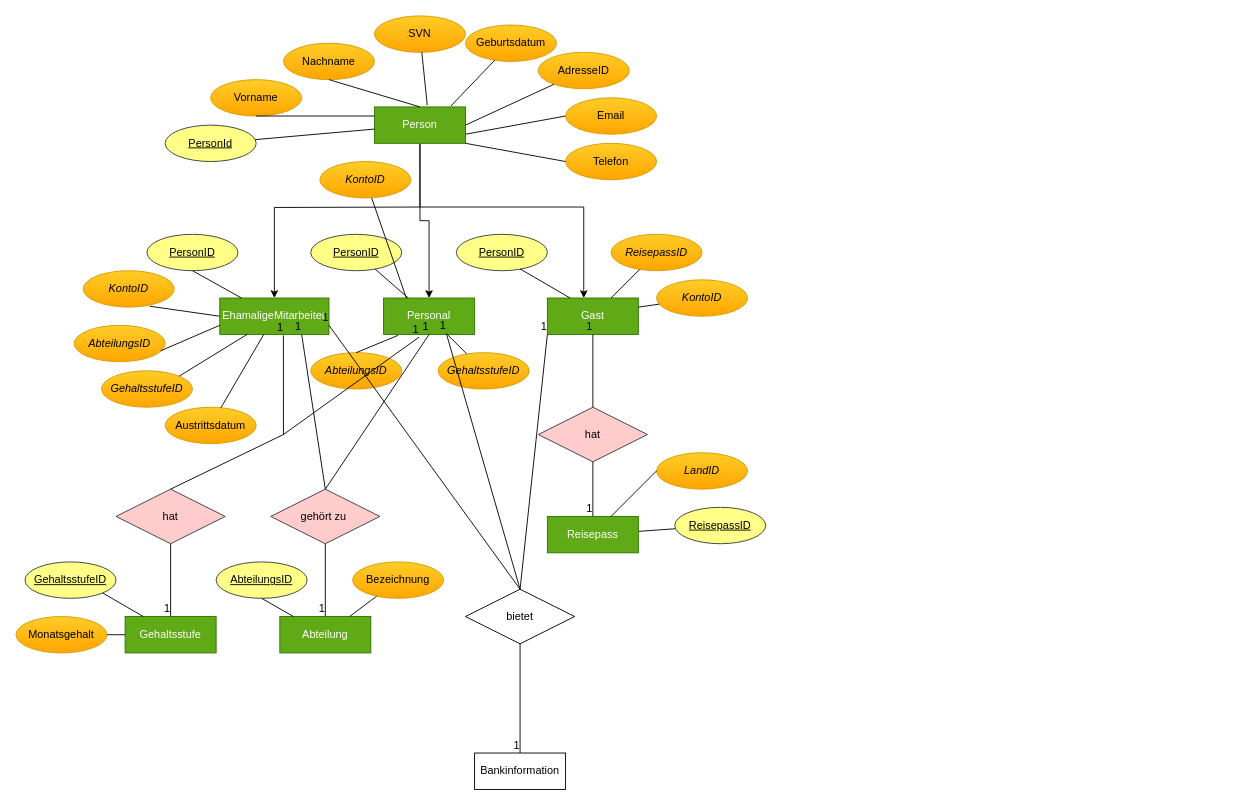
Above: Untitled Diagram.drawio in IvoOtero24/HotelAdministration (draw.io), before the change. Source tidied: cells renumbered, new cells numbered last; positions are measured from the earlier drawing's top-left corner, leaving out a move shared by most shapes. Both pictures are drawn from the tidied source at 91%, with x=0, y=0 at pixel (15, 15).
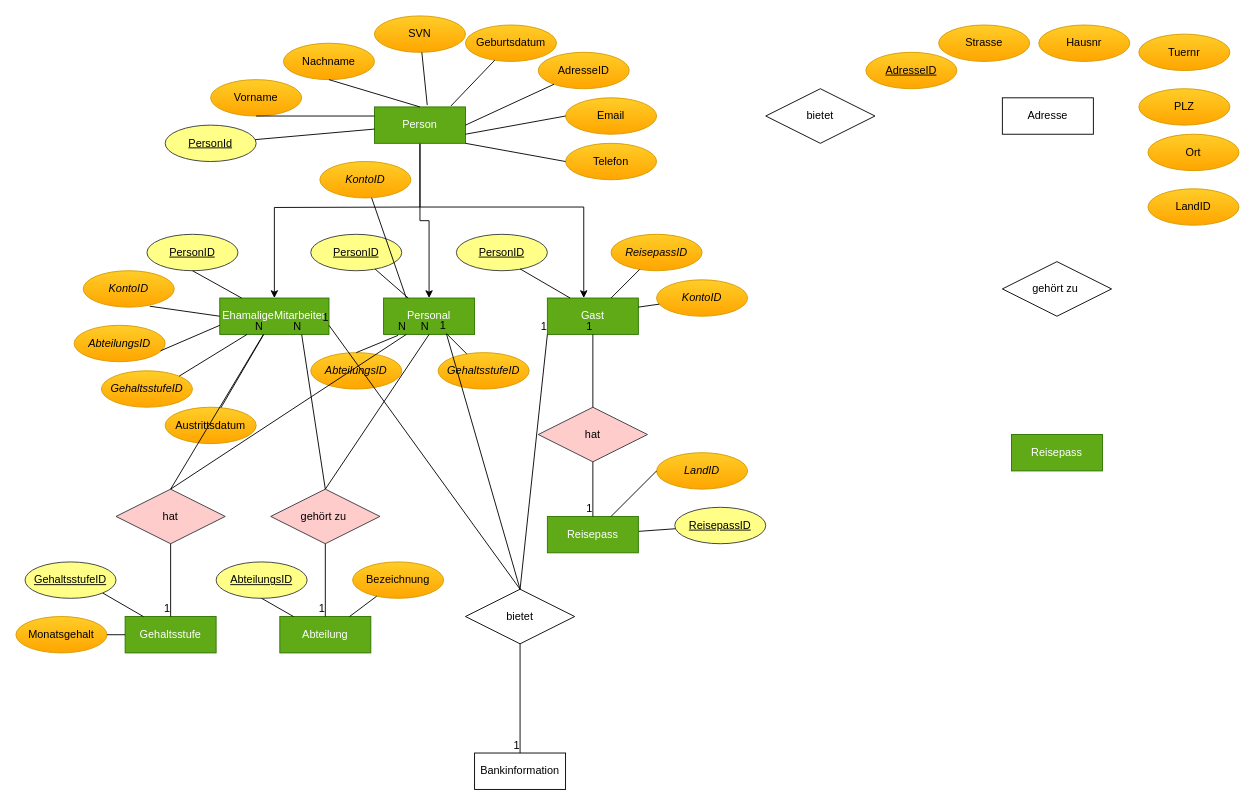
The same diagram, later.

Unchanged cells that the change refers to:
```xml
<mxCell id="21" value="EhamaligeMitarbeiter" style="whiteSpace=wrap;html=1;align=center;fillColor=#60a917;strokeColor=#2D7600;fontColor=#ffffff;" parent="1" vertex="1">
  <mxGeometry x="224" y="310" width="120" height="40" as="geometry" />
</mxCell>
<mxCell id="22" value="Personal" style="whiteSpace=wrap;html=1;align=center;fillColor=#60a917;strokeColor=#2D7600;fontColor=#ffffff;" parent="1" vertex="1">
  <mxGeometry x="404" y="310" width="100" height="40" as="geometry" />
</mxCell>
<mxCell id="60" value="hat" style="shape=rhombus;perimeter=rhombusPerimeter;whiteSpace=wrap;html=1;align=center;fillColor=#ffcccc;strokeColor=#36393d;" parent="1" vertex="1">
  <mxGeometry x="110" y="520" width="120" height="60" as="geometry" />
</mxCell>
<mxCell id="61" value="gehört zu&amp;nbsp;" style="shape=rhombus;perimeter=rhombusPerimeter;whiteSpace=wrap;html=1;align=center;fillColor=#ffcccc;strokeColor=#36393d;" parent="1" vertex="1">
  <mxGeometry x="280" y="520" width="120" height="60" as="geometry" />
</mxCell>
```

Change to the diagram source:
```diff
@@
-    <mxCell id="62" style="endArrow=none;html=1;rounded=0;strokeColor=#000000;entryX=0.583;entryY=1.025;entryDx=0;entryDy=0;exitX=0.5;exitY=0;exitDx=0;exitDy=0;entryPerimeter=0;" parent="1" edge="1" source="60" target="21">
-      <mxGeometry relative="1" as="geometry">
-        <Array as="points">
-          <mxPoint x="294" y="460" />
-        </Array>
-      </mxGeometry>
-    </mxCell>
-    <mxCell id="63" value="1" style="html=1;align=right;verticalAlign=bottom;" parent="62" vertex="1">
-      <mxGeometry x="1" relative="1" as="geometry" />
-    </mxCell>
-    <mxCell id="64" style="endArrow=none;html=1;rounded=0;strokeColor=#000000;entryX=0.39;entryY=1.075;entryDx=0;entryDy=0;entryPerimeter=0;" parent="1" edge="1" target="22">
-      <mxGeometry relative="1" as="geometry">
-        <mxPoint x="294" y="460" as="sourcePoint" />
-      </mxGeometry>
-    </mxCell>
-    <mxCell id="65" value="1" style="html=1;align=right;verticalAlign=bottom;" parent="64" vertex="1">
-      <mxGeometry x="1" relative="1" as="geometry" />
-    </mxCell>
-    <mxCell id="66" style="endArrow=none;html=1;rounded=0;strokeColor=#000000;entryX=0.5;entryY=1;entryDx=0;entryDy=0;exitX=0.5;exitY=0;exitDx=0;exitDy=0;" parent="1" edge="1" source="61" target="22">
-      <mxGeometry relative="1" as="geometry" />
-    </mxCell>
-    <mxCell id="67" value="1" style="html=1;align=right;verticalAlign=bottom;" parent="66" vertex="1">
-      <mxGeometry x="1" relative="1" as="geometry" />
-    </mxCell>
-    <mxCell id="68" style="endArrow=none;html=1;rounded=0;strokeColor=#000000;exitX=0.5;exitY=0;exitDx=0;exitDy=0;entryX=0.75;entryY=1;entryDx=0;entryDy=0;" parent="1" edge="1" source="61" target="21">
-      <mxGeometry relative="1" as="geometry" />
-    </mxCell>
-    <mxCell id="69" value="1" style="html=1;align=right;verticalAlign=bottom;" parent="68" vertex="1">
-      <mxGeometry x="1" relative="1" as="geometry" />
-    </mxCell>
@@
+    <mxCell id="94" value="bietet" style="shape=rhombus;perimeter=rhombusPerimeter;whiteSpace=wrap;html=1;align=center;" parent="1" vertex="1">
+      <mxGeometry x="824" y="80" width="120" height="60" as="geometry" />
+    </mxCell>
+    <mxCell id="95" value="Adresse" style="whiteSpace=wrap;html=1;align=center;" parent="1" vertex="1">
+      <mxGeometry x="1084" y="90" width="100" height="40" as="geometry" />
+    </mxCell>
+    <mxCell id="96" value="&lt;u&gt;AdresseID&lt;/u&gt;" style="ellipse;whiteSpace=wrap;html=1;align=center;gradientColor=#ffa500;fillColor=#ffcd28;strokeColor=#d79b00;" parent="1" vertex="1">
+      <mxGeometry x="934" y="40" width="100" height="40" as="geometry" />
+    </mxCell>
+    <mxCell id="97" value="Strasse" style="ellipse;whiteSpace=wrap;html=1;align=center;gradientColor=#ffa500;fillColor=#ffcd28;strokeColor=#d79b00;" parent="1" vertex="1">
+      <mxGeometry x="1014" y="10" width="100" height="40" as="geometry" />
+    </mxCell>
+    <mxCell id="98" value="Hausnr" style="ellipse;whiteSpace=wrap;html=1;align=center;gradientColor=#ffa500;fillColor=#ffcd28;strokeColor=#d79b00;" parent="1" vertex="1">
+      <mxGeometry x="1124" y="10" width="100" height="40" as="geometry" />
+    </mxCell>
+    <mxCell id="99" value="Tuernr" style="ellipse;whiteSpace=wrap;html=1;align=center;gradientColor=#ffa500;fillColor=#ffcd28;strokeColor=#d79b00;" parent="1" vertex="1">
+      <mxGeometry x="1234" y="20" width="100" height="40" as="geometry" />
+    </mxCell>
+    <mxCell id="100" value="PLZ" style="ellipse;whiteSpace=wrap;html=1;align=center;gradientColor=#ffa500;fillColor=#ffcd28;strokeColor=#d79b00;" parent="1" vertex="1">
+      <mxGeometry x="1234" y="80" width="100" height="40" as="geometry" />
+    </mxCell>
+    <mxCell id="101" value="Ort" style="ellipse;whiteSpace=wrap;html=1;align=center;gradientColor=#ffa500;fillColor=#ffcd28;strokeColor=#d79b00;" parent="1" vertex="1">
+      <mxGeometry x="1244" y="130" width="100" height="40" as="geometry" />
+    </mxCell>
+    <mxCell id="102" value="LandID" style="ellipse;whiteSpace=wrap;html=1;align=center;gradientColor=#ffa500;fillColor=#ffcd28;strokeColor=#d79b00;" parent="1" vertex="1">
+      <mxGeometry x="1244" y="190" width="100" height="40" as="geometry" />
+    </mxCell>
+    <mxCell id="103" value="gehört zu&amp;nbsp;" style="shape=rhombus;perimeter=rhombusPerimeter;whiteSpace=wrap;html=1;align=center;" parent="1" vertex="1">
+      <mxGeometry x="1084" y="270" width="120" height="60" as="geometry" />
+    </mxCell>
+    <mxCell id="104" value="Reisepass" style="whiteSpace=wrap;html=1;align=center;fillColor=#60a917;strokeColor=#2D7600;fontColor=#ffffff;" parent="1" vertex="1">
+      <mxGeometry x="1094" y="460" width="100" height="40" as="geometry" />
+    </mxCell>
+    <mxCell id="68" style="endArrow=none;html=1;rounded=0;strokeColor=#000000;exitX=0.5;exitY=0;exitDx=0;exitDy=0;entryX=0.75;entryY=1;entryDx=0;entryDy=0;" parent="1" edge="1" source="61" target="21">
+      <mxGeometry relative="1" as="geometry" />
+    </mxCell>
+    <mxCell id="105" value="N" style="html=1;align=right;verticalAlign=bottom;" parent="68" vertex="1">
+      <mxGeometry x="1" relative="1" as="geometry" />
+    </mxCell>
+    <mxCell id="66" style="endArrow=none;html=1;rounded=0;strokeColor=#000000;exitX=0.5;exitY=0;exitDx=0;exitDy=0;entryX=0.5;entryY=1;entryDx=0;entryDy=0;" parent="1" edge="1" source="61" target="22">
+      <mxGeometry relative="1" as="geometry" />
+    </mxCell>
+    <mxCell id="106" value="N" style="html=1;align=right;verticalAlign=bottom;" parent="66" vertex="1">
+      <mxGeometry x="1" relative="1" as="geometry" />
+    </mxCell>
+    <mxCell id="107" style="endArrow=none;html=1;rounded=0;strokeColor=#000000;exitX=0.5;exitY=0;exitDx=0;exitDy=0;entryX=0.25;entryY=1;entryDx=0;entryDy=0;" parent="1" edge="1" source="60" target="22">
+      <mxGeometry relative="1" as="geometry" />
+    </mxCell>
+    <mxCell id="108" value="N" style="html=1;align=right;verticalAlign=bottom;" parent="107" vertex="1">
+      <mxGeometry x="1" relative="1" as="geometry" />
+    </mxCell>
+    <mxCell id="62" style="endArrow=none;html=1;rounded=0;strokeColor=#000000;exitX=0.5;exitY=0;exitDx=0;exitDy=0;" parent="1" edge="1" source="60" target="21">
+      <mxGeometry relative="1" as="geometry" />
+    </mxCell>
+    <mxCell id="109" value="N" style="html=1;align=right;verticalAlign=bottom;" parent="62" vertex="1">
+      <mxGeometry x="1" relative="1" as="geometry" />
+    </mxCell>
```
